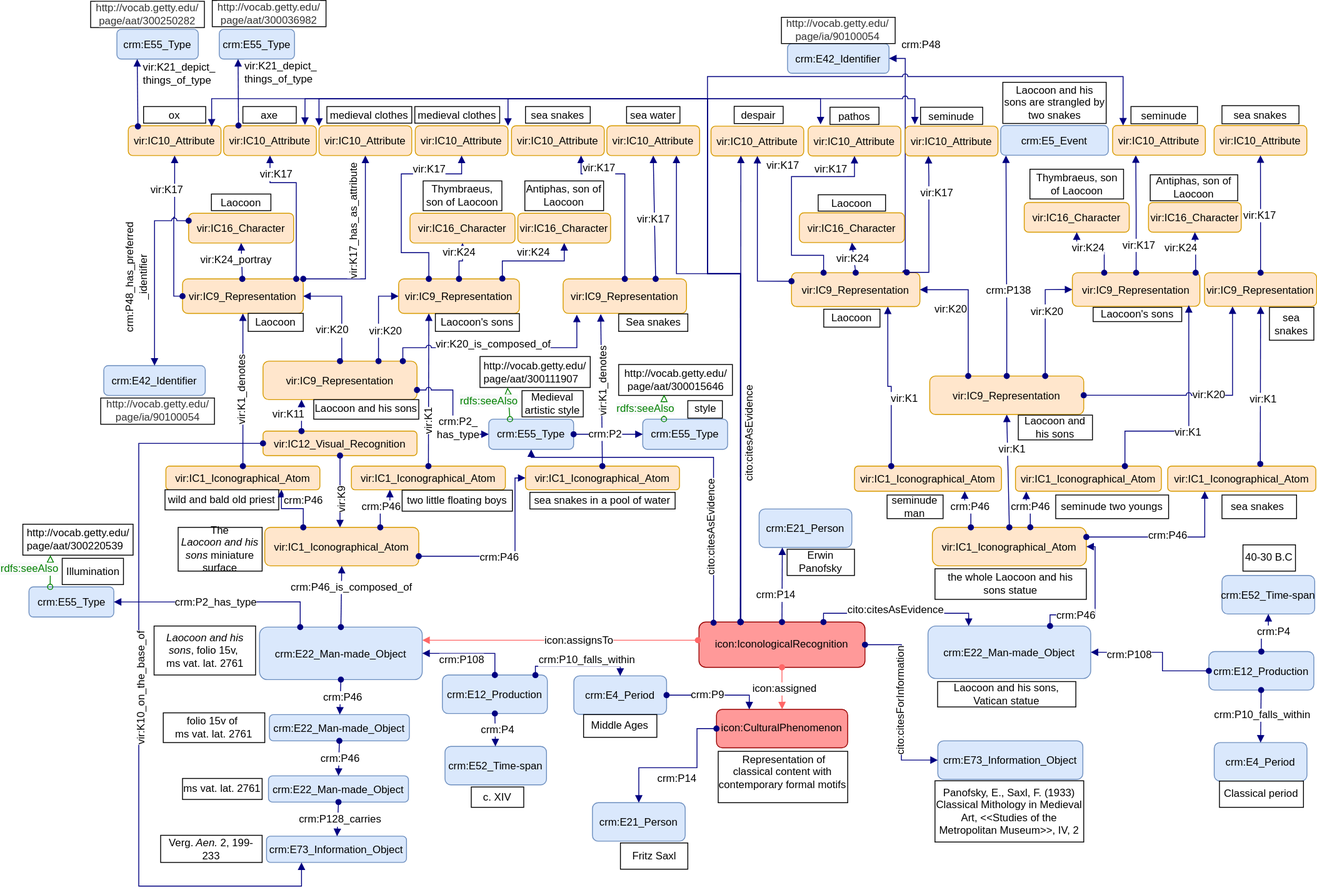
The draw.io diagram images/article_schemes_new/Laocoon-5.svg in SofiBar/Icon, before a commit. Source tidied: cells renumbered, new cells last; positions are measured from the earlier drawing's top-left corner, leaving out a move shared by most shapes.
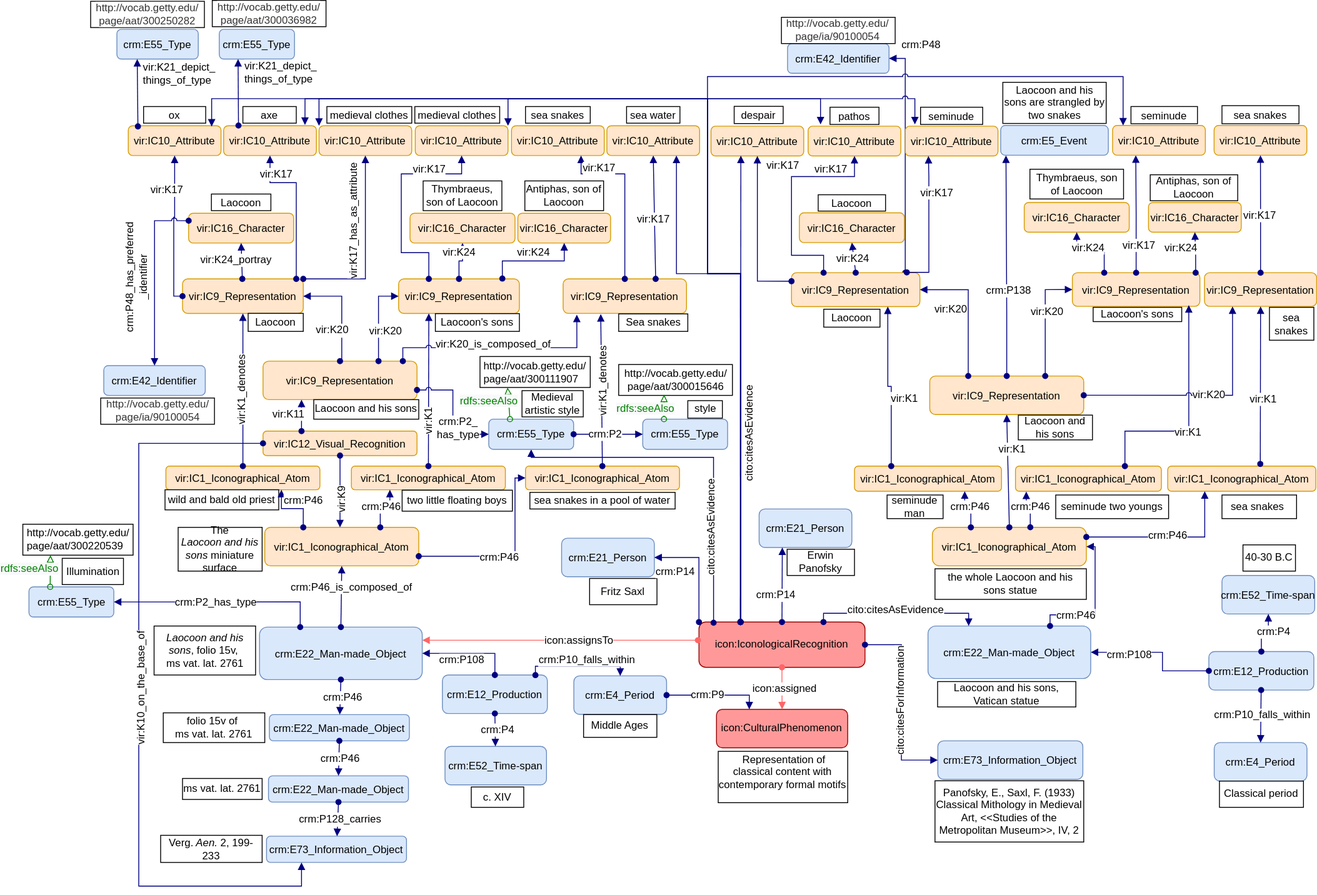
Above is the later version.

What changed in the source:
```diff
@@ -1049,23 +1049,17 @@
       </mxGeometry>
     </mxCell>
     <mxCell id="261" value="crm:E21_Person" style="graphMlID=n4;shape=rect;rounded=1;arcsize=30;fillColor=#dae8fc;strokeColor=#6c8ebf;strokeWidth=1.0;fontFamily=Helvetica;fontSize=12;" parent="1" vertex="1">
-      <mxGeometry x="650.5" y="917" width="106" height="44" as="geometry" />
+      <mxGeometry x="615.3" y="614.7" width="106" height="44" as="geometry" />
     </mxCell>
     <mxCell id="262" value="&lt;p style=&quot;margin-top: 0pt ; margin-bottom: 0pt ; margin-left: 0in ; direction: ltr ; unicode-bidi: embed ; word-break: normal ; font-size: 12px&quot;&gt;&lt;font style=&quot;font-size: 12px&quot;&gt;&lt;span style=&quot;font-size: 12px&quot;&gt;Fritz Saxl&lt;/span&gt;&lt;/font&gt;&lt;/p&gt;" style="rounded=0;whiteSpace=wrap;html=1;labelBackgroundColor=none;fillColor=#FFFFFF;fontFamily=Helvetica;fontSize=12;" parent="1" vertex="1">
-      <mxGeometry x="682.5" y="963" width="77" height="30" as="geometry" />
+      <mxGeometry x="647.3" y="660.7" width="77" height="30" as="geometry" />
     </mxCell>
-    <mxCell id="263" style="graphMlID=e0;rounded=0;endArrow=block;strokeColor=#000080;strokeWidth=1.0;startArrow=oval;startFill=1;endFill=1;fontFamily=Helvetica;entryX=0.5;entryY=0;entryDx=0;entryDy=0;fontSize=12;exitX=0;exitY=0.5;exitDx=0;exitDy=0;edgeStyle=orthogonalEdgeStyle;" parent="1" edge="1" source="34" target="261">
-      <mxGeometry relative="1" as="geometry">
-        <Array as="points">
-          <mxPoint x="770" y="832" />
-          <mxPoint x="770" y="877" />
-          <mxPoint x="704" y="877" />
-        </Array>
-      </mxGeometry>
+    <mxCell id="263" style="graphMlID=e0;rounded=0;endArrow=block;strokeColor=#000080;strokeWidth=1.0;startArrow=oval;startFill=1;endFill=1;fontFamily=Helvetica;entryX=1;entryY=0.5;entryDx=0;entryDy=0;fontSize=12;exitX=0;exitY=0;exitDx=0;exitDy=0;edgeStyle=orthogonalEdgeStyle;" parent="1" edge="1" source="90" target="261">
+      <mxGeometry relative="1" as="geometry" />
     </mxCell>
     <mxCell id="264" value="&lt;span style=&quot;text-align: left; font-size: 12px;&quot;&gt;crm:P14&lt;/span&gt;" style="text;html=1;align=center;verticalAlign=middle;labelBackgroundColor=#ffffff;fontFamily=Helvetica;fontSize=12;" parent="263" vertex="1">
       <mxGeometry x="-0.02" y="2" relative="1" as="geometry">
-        <mxPoint x="-5.3" y="10.8" as="offset" />
+        <mxPoint x="-25.2" y="2.7" as="offset" />
       </mxGeometry>
     </mxCell>
   </root>
```
